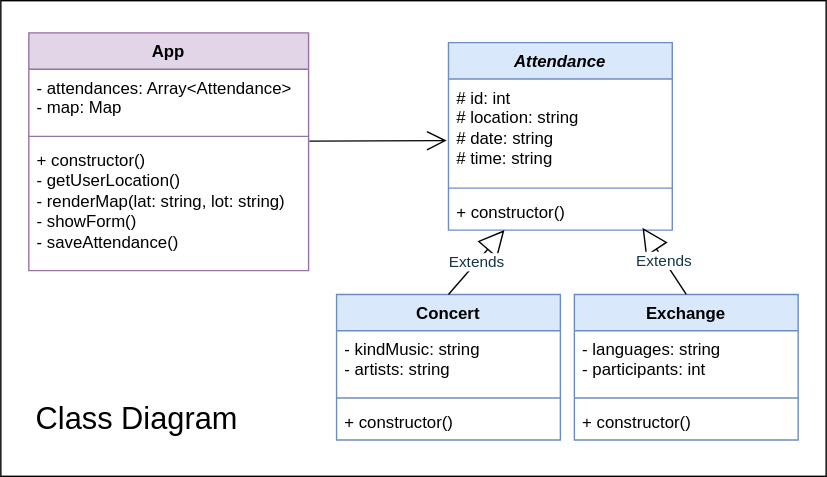
Earlier version of the draw.io export class-diagram.drawio.svg (josenavarrohub/vanilla-js-eventify). Source tidied: cells renumbered, new cells last; positions are measured from the earlier drawing's top-left corner, leaving out a move shared by most shapes.
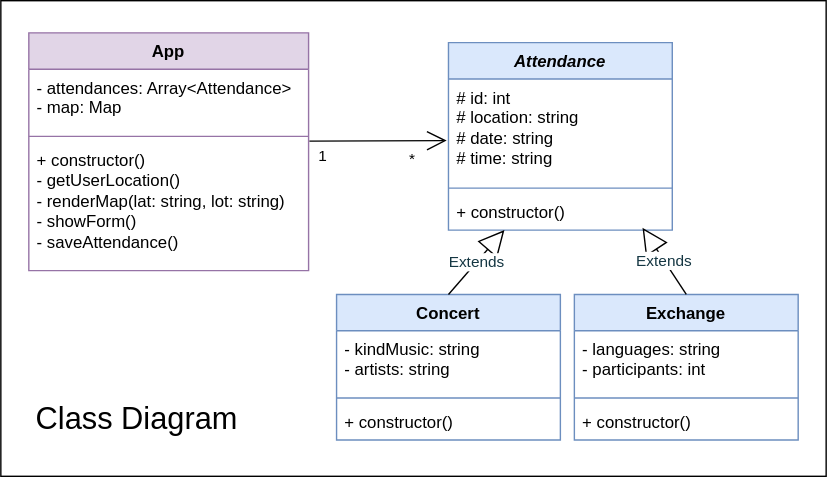
Above is the later version.

What changed in the source:
```diff
@@ -65,5 +65,15 @@
     <mxCell id="22" style="endArrow=open;endFill=1;endSize=12;html=1;rounded=0;exitX=1.003;exitY=-0.007;exitDx=0;exitDy=0;exitPerimeter=0;entryX=-0.008;entryY=0.595;entryDx=0;entryDy=0;entryPerimeter=0;" parent="1" edge="1" source="21" target="5">
       <mxGeometry relative="1" as="geometry" />
     </mxCell>
+    <mxCell id="23" value="*" style="edgeLabel;html=1;align=center;verticalAlign=middle;" parent="22" vertex="1">
+      <mxGeometry x="-0.32" y="4" relative="1" as="geometry">
+        <mxPoint x="40" y="16" as="offset" />
+      </mxGeometry>
+    </mxCell>
+    <mxCell id="24" value="1" style="edgeLabel;html=1;align=center;verticalAlign=middle;" parent="22" vertex="1">
+      <mxGeometry x="-0.65" y="4" relative="1" as="geometry">
+        <mxPoint x="-8" y="14" as="offset" />
+      </mxGeometry>
+    </mxCell>
   </root>
 </mxGraphModel>
```
